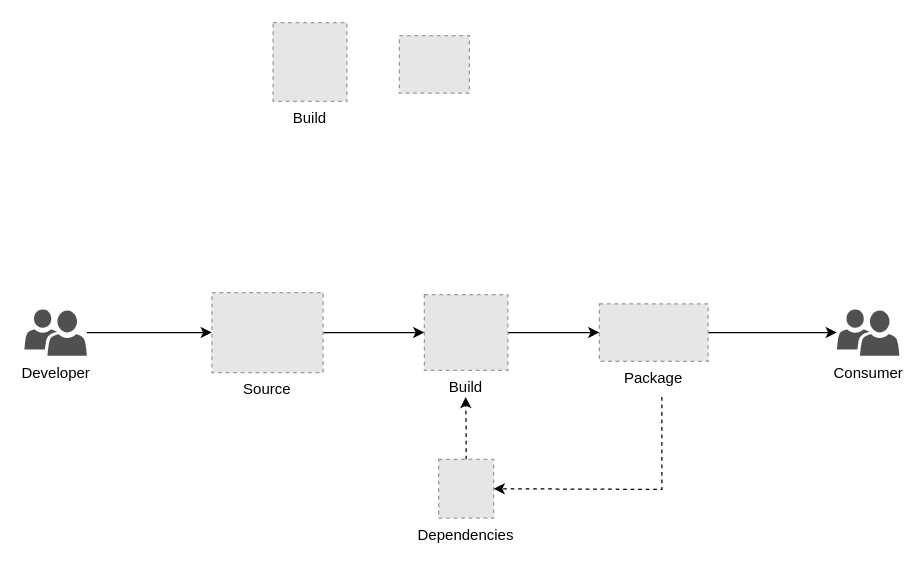
This is threat_processing.drawio from jenninikko/jenninikko.github.io, a draw.io file, before an edit. Source tidied: cells renumbered, new cells numbered last; positions are measured from the earlier drawing's top-left corner, leaving out a move shared by most shapes. Both pictures are drawn from the tidied source at 125%, with x=0, y=0 at pixel (24, 21). Pictures stored in the file or linked from it are replaced by grey dashed boxes.
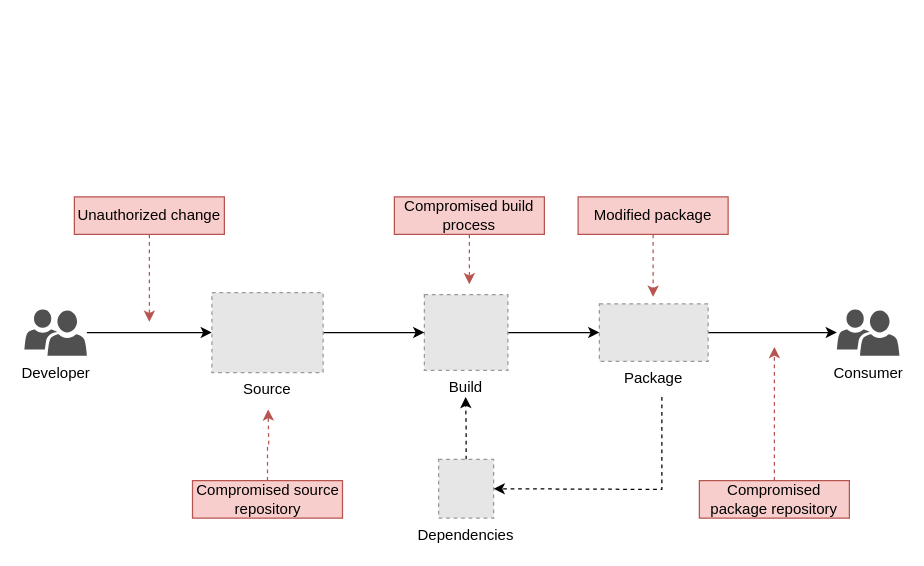
The same diagram, later.

The edit, as a diff of the source:
```diff
@@
-    <mxCell id="9" style="fillColor=#E6E6E6;strokeColor=#999999;dashed=1;verticalLabelPosition=bottom;labelBackgroundColor=#ffffff;verticalAlign=top;" parent="1" vertex="1">
-      <mxGeometry x="300" y="11" width="56" height="46" as="geometry" />
-    </mxCell>
@@
-    <mxCell id="12" value="Build" style="fillColor=#E6E6E6;strokeColor=#999999;dashed=1;verticalLabelPosition=bottom;labelBackgroundColor=#ffffff;verticalAlign=top;" parent="1" vertex="1">
-      <mxGeometry x="199" y="0.5" width="59" height="63" as="geometry" />
-    </mxCell>
@@
+    <mxCell id="16" style="edgeStyle=orthogonalEdgeStyle;rounded=0;jettySize=auto;html=1;dashed=1;fillColor=#f8cecc;strokeColor=#b85450;" parent="1" edge="1" source="17">
+      <mxGeometry relative="1" as="geometry">
+        <mxPoint x="100" y="240" as="targetPoint" />
+      </mxGeometry>
+    </mxCell>
+    <mxCell id="17" value="Unauthorized change" style="rounded=0;whiteSpace=wrap;html=1;fillColor=#f8cecc;strokeColor=#b85450;" parent="1" vertex="1">
+      <mxGeometry x="40" y="140" width="120" height="30" as="geometry" />
+    </mxCell>
+    <mxCell id="18" style="edgeStyle=orthogonalEdgeStyle;rounded=0;jettySize=auto;html=1;dashed=1;fillColor=#f8cecc;strokeColor=#b85450;" parent="1" edge="1" source="19">
+      <mxGeometry relative="1" as="geometry">
+        <mxPoint x="195" y="310" as="targetPoint" />
+      </mxGeometry>
+    </mxCell>
+    <mxCell id="19" value="Compromised source repository" style="rounded=0;whiteSpace=wrap;html=1;fillColor=#f8cecc;strokeColor=#b85450;" parent="1" vertex="1">
+      <mxGeometry x="134.5" y="367" width="120" height="30" as="geometry" />
+    </mxCell>
+    <mxCell id="20" style="edgeStyle=orthogonalEdgeStyle;rounded=0;jettySize=auto;html=1;dashed=1;fillColor=#f8cecc;strokeColor=#b85450;" parent="1" edge="1" source="21">
+      <mxGeometry relative="1" as="geometry">
+        <mxPoint x="356" y="210" as="targetPoint" />
+      </mxGeometry>
+    </mxCell>
+    <mxCell id="21" value="Compromised build process" style="rounded=0;whiteSpace=wrap;html=1;fillColor=#f8cecc;strokeColor=#b85450;" parent="1" vertex="1">
+      <mxGeometry x="296" y="140" width="120" height="30" as="geometry" />
+    </mxCell>
+    <mxCell id="22" style="edgeStyle=orthogonalEdgeStyle;rounded=0;jettySize=auto;html=1;dashed=1;fillColor=#f8cecc;strokeColor=#b85450;" parent="1" edge="1" source="23">
+      <mxGeometry relative="1" as="geometry">
+        <mxPoint x="503" y="220" as="targetPoint" />
+      </mxGeometry>
+    </mxCell>
+    <mxCell id="23" value="Modified package" style="rounded=0;whiteSpace=wrap;html=1;fillColor=#f8cecc;strokeColor=#b85450;" parent="1" vertex="1">
+      <mxGeometry x="443" y="140" width="120" height="30" as="geometry" />
+    </mxCell>
+    <mxCell id="24" value="Compromised package repository" style="rounded=0;whiteSpace=wrap;html=1;fillColor=#f8cecc;strokeColor=#b85450;" parent="1" vertex="1">
+      <mxGeometry x="540" y="367" width="120" height="30" as="geometry" />
+    </mxCell>
+    <mxCell id="25" style="edgeStyle=orthogonalEdgeStyle;rounded=0;jettySize=auto;html=1;dashed=1;fillColor=#f8cecc;strokeColor=#b85450;exitX=0.5;exitY=0;exitDx=0;exitDy=0;" parent="1" edge="1" source="24">
+      <mxGeometry relative="1" as="geometry">
+        <mxPoint x="600" y="260" as="targetPoint" />
+      </mxGeometry>
+    </mxCell>
```
